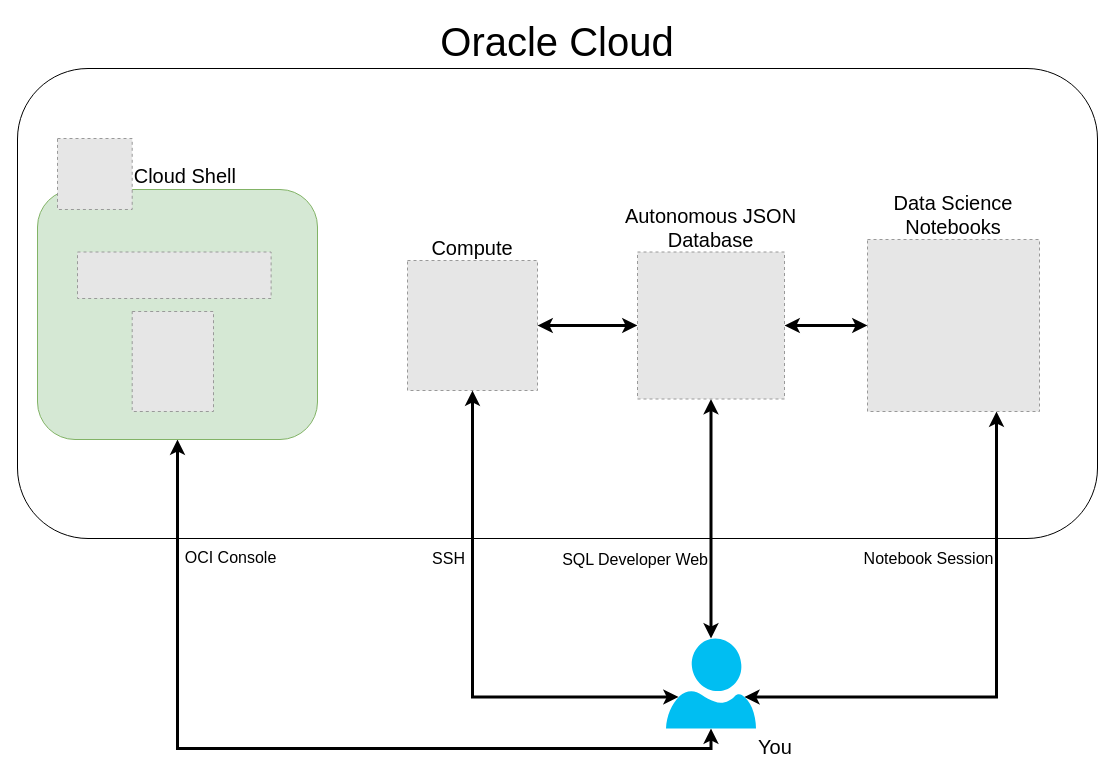
Earlier version of the draw.io diagram hols/mlwithoci/infra/images/lol_infra.drawio (oracle-devrel/leagueoflegends-optimizer). Source tidied: cells renumbered, new cells numbered last; positions are measured from the earlier drawing's top-left corner, leaving out a move shared by most shapes. Both pictures are drawn from the tidied source at 100%, with x=0, y=0 at pixel (17, 68). Pictures stored in the file or linked from it are replaced by grey dashed boxes.
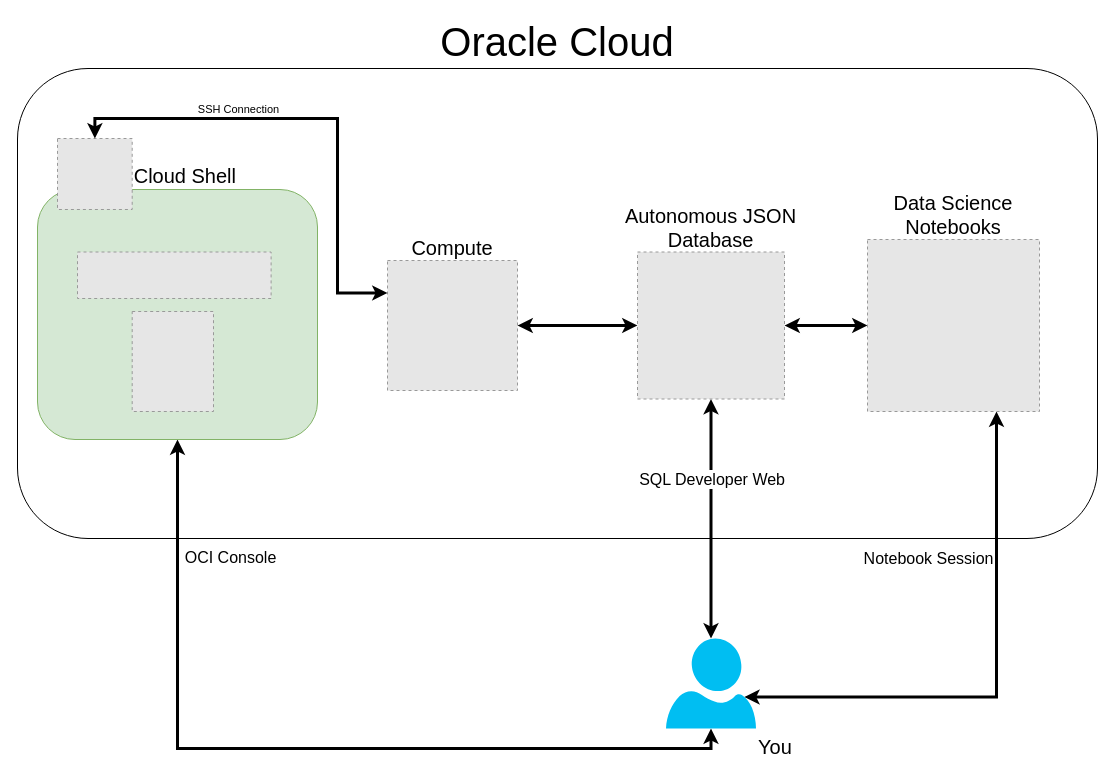
The same page after the edit.

Unchanged cells that the change refers to:
```xml
<mxCell id="6" value="Cloud Shell" style="fillColor=#E6E6E6;strokeColor=#999999;dashed=1;verticalLabelPosition=middle;labelBackgroundColor=#ffffff;verticalAlign=middle;fontSize=20;labelPosition=right;align=left;" parent="1" vertex="1">
  <mxGeometry x="40" y="70" width="74.7" height="71" as="geometry" />
</mxCell>
<mxCell id="10" style="edgeStyle=orthogonalEdgeStyle;rounded=0;jettySize=auto;html=1;exitX=0.5;exitY=1;exitDx=0;exitDy=0;entryX=0.5;entryY=0;entryDx=0;entryDy=0;entryPerimeter=0;fontSize=14;startArrow=classic;startFill=1;strokeWidth=3;" parent="1" edge="1" source="13" target="19">
  <mxGeometry relative="1" as="geometry" />
</mxCell>
<mxCell id="19" value="You" style="verticalLabelPosition=bottom;html=1;verticalAlign=top;align=left;strokeColor=none;fillColor=#00BEF2;shape=mxgraph.azure.user;shadow=0;fontSize=20;labelPosition=right;" parent="1" vertex="1">
  <mxGeometry x="648.5" y="570" width="90" height="90" as="geometry" />
</mxCell>
```

The edit, as a diff of the source:
```diff
@@
     <mxCell id="9" value="Compute" style="fillColor=#E6E6E6;strokeColor=#999999;dashed=1;verticalLabelPosition=top;verticalAlign=bottom;fontSize=20;labelPosition=center;align=center;" parent="1" vertex="1">
-      <mxGeometry x="390" y="192" width="130" height="130" as="geometry" />
+      <mxGeometry x="370" y="192" width="130" height="130" as="geometry" />
     </mxCell>
@@
     <mxCell id="11" value="SQL Developer Web" style="edgeLabel;html=1;align=right;verticalAlign=middle;fontSize=16;labelPosition=left;verticalLabelPosition=middle;" parent="10" vertex="1">
       <mxGeometry x="-0.15" y="2" relative="1" as="geometry">
-        <mxPoint x="-5" y="58" as="offset" />
+        <mxPoint x="72" y="-22" as="offset" />
       </mxGeometry>
     </mxCell>
@@
-    <mxCell id="17" style="edgeStyle=orthogonalEdgeStyle;rounded=0;jettySize=auto;html=1;exitX=0.14;exitY=0.65;exitDx=0;exitDy=0;exitPerimeter=0;entryX=0.5;entryY=1;entryDx=0;entryDy=0;fontSize=16;startArrow=classic;startFill=1;strokeWidth=3;" parent="1" edge="1" source="19" target="9">
-      <mxGeometry relative="1" as="geometry" />
-    </mxCell>
-    <mxCell id="18" value="&lt;font style=&quot;font-size: 16px;&quot;&gt;SSH&lt;/font&gt;" style="edgeLabel;html=1;align=center;verticalAlign=middle;fontSize=16;" parent="17" vertex="1">
-      <mxGeometry x="0.19" y="-2" relative="1" as="geometry">
-        <mxPoint x="-27" y="-40" as="offset" />
-      </mxGeometry>
-    </mxCell>
@@
+    <mxCell id="21" style="edgeStyle=orthogonalEdgeStyle;rounded=0;jettySize=auto;html=1;exitX=0.5;exitY=0;exitDx=0;exitDy=0;fontSize=14;startArrow=classic;startFill=1;strokeWidth=3;entryX=0;entryY=0.25;entryDx=0;entryDy=0;" parent="1" edge="1" source="6" target="9">
+      <mxGeometry relative="1" as="geometry">
+        <Array as="points">
+          <mxPoint x="77" y="50" />
+          <mxPoint x="320" y="50" />
+          <mxPoint x="320" y="224" />
+        </Array>
+      </mxGeometry>
+    </mxCell>
+    <mxCell id="22" value="SSH Connection" style="edgeLabel;html=1;align=center;verticalAlign=middle;" parent="21" vertex="1">
+      <mxGeometry x="-0.35" y="2" relative="1" as="geometry">
+        <mxPoint x="5" y="-8" as="offset" />
+      </mxGeometry>
+    </mxCell>
```
